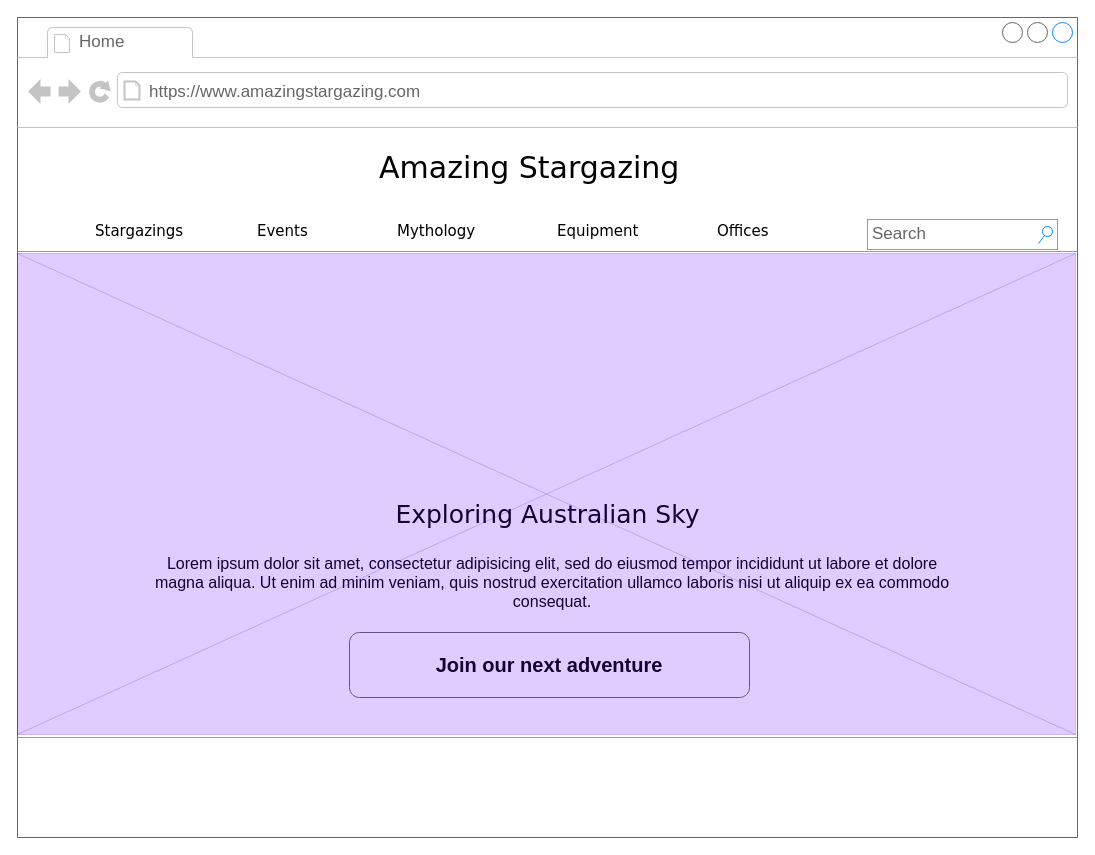
Above: page "Home" (1 of 5) of Amazing_stargazing.drawio in celia10335/Disenyo-interfaces (draw.io), before the change. Source tidied: cells renumbered, new cells numbered last; positions are measured from the earlier drawing's top-left corner, leaving out a move shared by most shapes. Both pictures are drawn from the tidied source at 100%, with x=0, y=0 at pixel (17, 17).
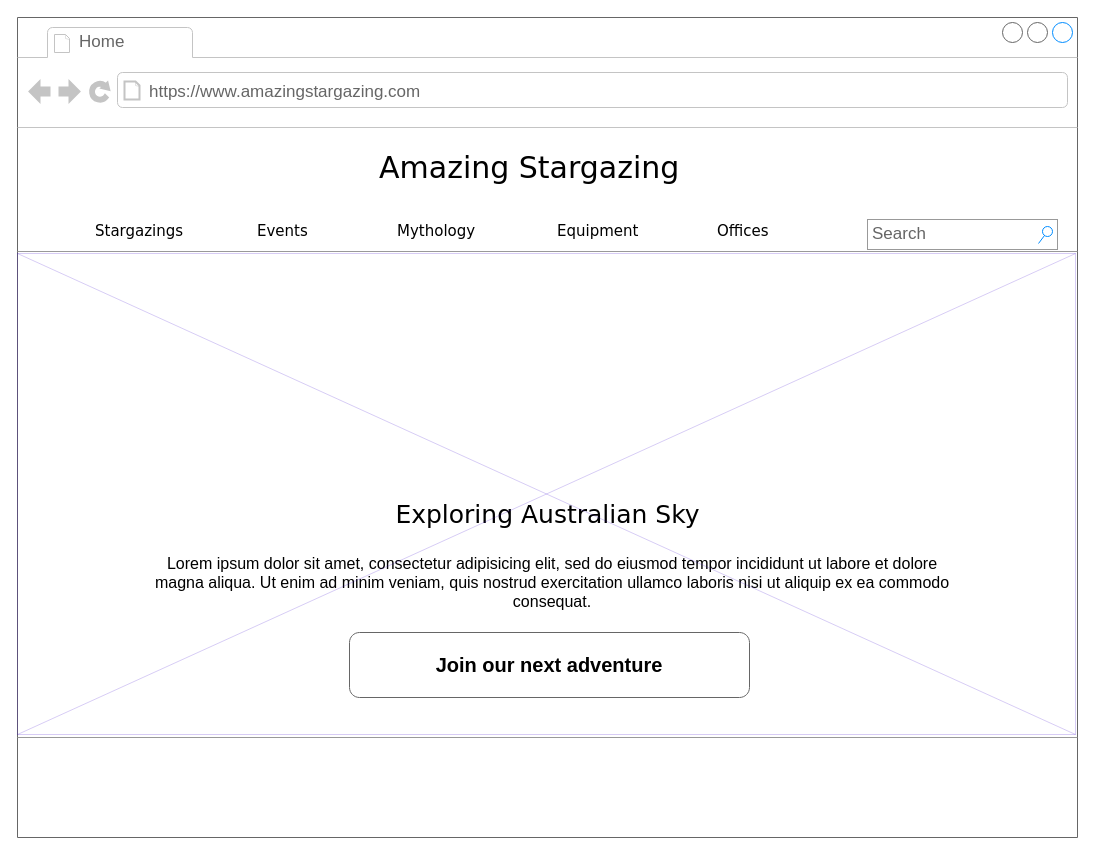
The same diagram, later.

The edit, as a diff of the source:
```diff
@@
 <mxGraphModel background="#ffffff">
   <root>
     <mxCell id="0" />
     <mxCell id="1" parent="0" />
     <mxCell id="2" style="strokeWidth=1;shadow=0;dashed=0;align=center;html=1;shape=mxgraph.mockup.containers.browserWindow;rSize=0;strokeColor=#666666;mainText=,;rounded=0;labelBackgroundColor=none;fontFamily=Verdana;fontSize=12;" parent="1" vertex="1">
       <mxGeometry width="1060" height="820" as="geometry" />
     </mxCell>
     <mxCell id="3" value="Home" style="strokeWidth=1;shadow=0;dashed=0;align=center;html=1;shape=mxgraph.mockup.containers.anchor;fontSize=17;fontColor=#666666;align=left;" parent="2" vertex="1">
       <mxGeometry x="60" y="12" width="100" height="26" as="geometry" />
     </mxCell>
     <mxCell id="4" value="https://www.amazingstargazing.com" style="strokeWidth=1;shadow=0;dashed=0;align=center;html=1;shape=mxgraph.mockup.containers.anchor;rSize=0;fontSize=17;fontColor=#666666;align=left;" parent="2" vertex="1">
       <mxGeometry x="130" y="60" width="250" height="30" as="geometry" />
     </mxCell>
     <mxCell id="5" value="Amazing Stargazing" style="text;html=1;align=left;verticalAlign=top;spacingTop=-4;fontSize=30;fontFamily=Verdana;" parent="2" vertex="1">
       <mxGeometry x="360" y="130" width="340" height="50" as="geometry" />
     </mxCell>
     <mxCell id="6" value="&lt;font style=&quot;font-size: 25px;&quot;&gt;Exploring Australian Sky&lt;/font&gt;" style="text;html=1;align=center;verticalAlign=top;spacingTop=-4;fontSize=15;fontFamily=Verdana;" parent="2" vertex="1">
       <mxGeometry x="355" y="480" width="350" height="30" as="geometry" />
     </mxCell>
     <mxCell id="7" value="Lorem ipsum dolor sit amet, consectetur adipisicing elit, sed do eiusmod tempor incididunt ut labore et dolore magna aliqua. Ut enim ad minim veniam, quis nostrud exercitation ullamco laboris nisi ut aliquip ex ea commodo consequat." style="text;spacingTop=-5;whiteSpace=wrap;html=1;align=center;fontSize=16;fontFamily=Helvetica;fillColor=none;strokeColor=none;rounded=0;shadow=1;labelBackgroundColor=none;" parent="2" vertex="1">
       <mxGeometry x="135" y="535" width="800" height="60" as="geometry" />
     </mxCell>
     <mxCell id="8" value="Stargazings" style="text;html=1;align=left;verticalAlign=top;spacingTop=-4;fontSize=15;fontFamily=Verdana;" parent="2" vertex="1">
       <mxGeometry x="76" y="202" width="110" height="30" as="geometry" />
     </mxCell>
     <mxCell id="9" value="Events" style="text;html=1;align=left;verticalAlign=top;spacingTop=-4;fontSize=15;fontFamily=Verdana;" parent="2" vertex="1">
       <mxGeometry x="238" y="202" width="100" height="30" as="geometry" />
     </mxCell>
     <mxCell id="10" value="Mythology" style="text;html=1;align=left;verticalAlign=top;spacingTop=-4;fontSize=15;fontFamily=Verdana;" parent="2" vertex="1">
       <mxGeometry x="378" y="202" width="110" height="30" as="geometry" />
     </mxCell>
     <mxCell id="11" style="verticalLabelPosition=bottom;shadow=0;dashed=0;align=center;html=1;verticalAlign=top;strokeWidth=1;shape=mxgraph.mockup.markup.line;strokeColor=#999999;rounded=0;labelBackgroundColor=none;fillColor=#ffffff;fontFamily=Verdana;fontSize=12;fontColor=#000000;" parent="2" vertex="1">
       <mxGeometry y="224" width="1060" height="20" as="geometry" />
     </mxCell>
     <mxCell id="12" value="Equipment" style="text;html=1;align=left;verticalAlign=top;spacingTop=-4;fontSize=15;fontFamily=Verdana;" parent="2" vertex="1">
       <mxGeometry x="538" y="202" width="110" height="30" as="geometry" />
     </mxCell>
     <mxCell id="13" value="Offices" style="text;html=1;align=left;verticalAlign=top;spacingTop=-4;fontSize=15;fontFamily=Verdana;" parent="2" vertex="1">
       <mxGeometry x="698" y="202" width="110" height="30" as="geometry" />
     </mxCell>
     <mxCell id="14" value="&lt;font color=&quot;#000000&quot; style=&quot;font-size: 20px;&quot;&gt;Join our next adventure&lt;/font&gt;" style="strokeWidth=1;shadow=0;dashed=0;align=center;html=1;shape=mxgraph.mockup.buttons.button;strokeColor=#666666;fontColor=#ffffff;mainText=;buttonStyle=round;fontSize=17;fontStyle=1;fillColor=#FFFFFF;whiteSpace=wrap;rounded=0;glass=0;sketch=0;fillStyle=auto;" parent="2" vertex="1">
       <mxGeometry x="332" y="615" width="400" height="65" as="geometry" />
     </mxCell>
-    <mxCell id="15" style="verticalLabelPosition=bottom;shadow=0;dashed=0;align=center;html=1;verticalAlign=top;strokeWidth=1;shape=mxgraph.mockup.graphics.simpleIcon;strokeColor=#3700CC;rounded=0;glass=0;sketch=0;fillStyle=auto;fontSize=22;fontColor=#ffffff;fillColor=#6a00ff;opacity=20;" parent="1" vertex="1">
+    <mxCell id="15" style="verticalLabelPosition=bottom;shadow=0;dashed=0;align=center;html=1;verticalAlign=top;strokeWidth=1;shape=mxgraph.mockup.graphics.simpleIcon;strokeColor=#3700CC;rounded=0;glass=0;sketch=0;fillStyle=auto;fontSize=22;fontColor=#ffffff;fillColor=none;opacity=20;" parent="1" vertex="1">
       <mxGeometry y="236" width="1058" height="481" as="geometry" />
     </mxCell>
     <mxCell id="16" value="Search" style="strokeWidth=1;shadow=0;dashed=0;align=center;html=1;shape=mxgraph.mockup.forms.searchBox;strokeColor=#999999;mainText=;strokeColor2=#008cff;fontColor=#666666;fontSize=17;align=left;spacingLeft=3;fillColor=#FFFFFF;" parent="1" vertex="1">
       <mxGeometry x="850" y="202" width="190" height="30" as="geometry" />
     </mxCell>
     <mxCell id="17" style="verticalLabelPosition=bottom;shadow=0;dashed=0;align=center;html=1;verticalAlign=top;strokeWidth=1;shape=mxgraph.mockup.markup.line;strokeColor=#999999;rounded=0;labelBackgroundColor=none;fillColor=#ffffff;fontFamily=Verdana;fontSize=12;fontColor=#000000;" parent="1" vertex="1">
       <mxGeometry y="710" width="1060" height="20" as="geometry" />
     </mxCell>
   </root>
 </mxGraphModel>
```
